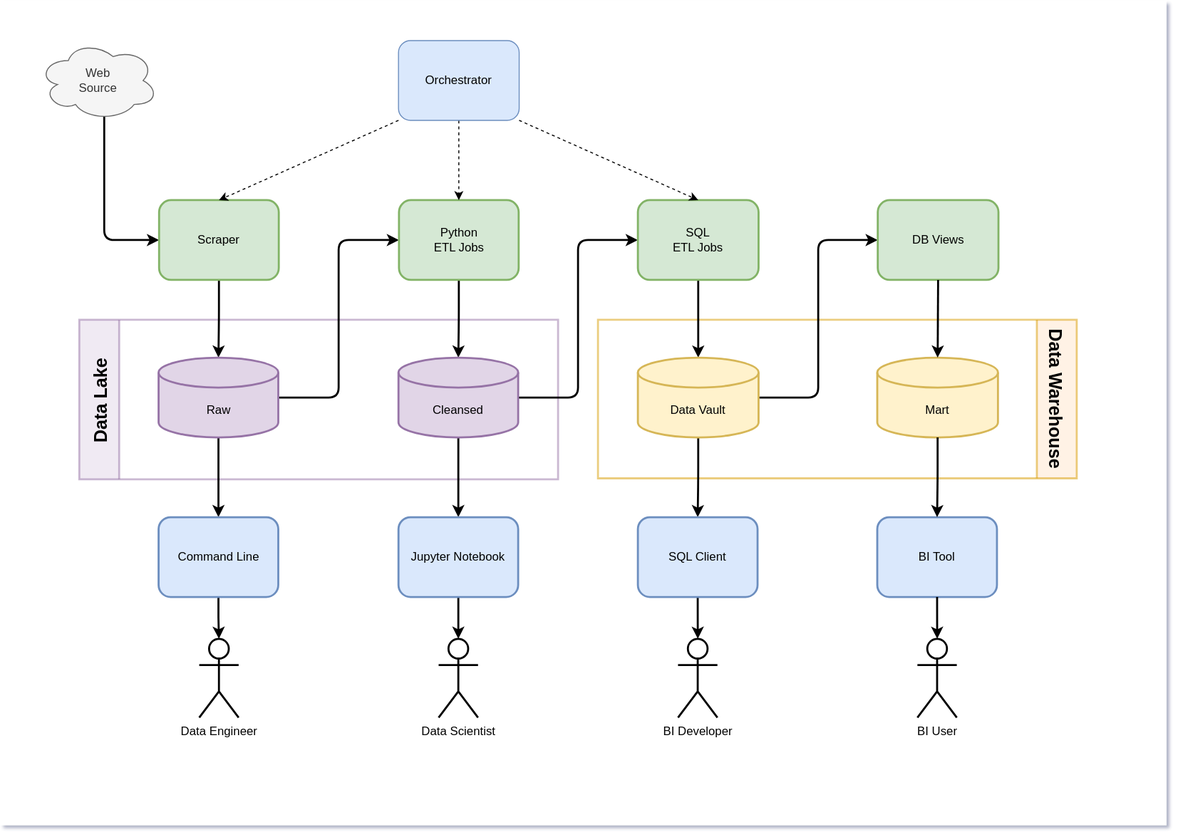
Before: docs/job-market-analytics/slides/dist/images/architecture-overview.drawio.svg, a diagram exported from draw.io (petracarrion/petra.carrion.io). Source tidied: cells renumbered, new cells last; positions are measured from the earlier drawing's top-left corner, leaving out a move shared by most shapes.
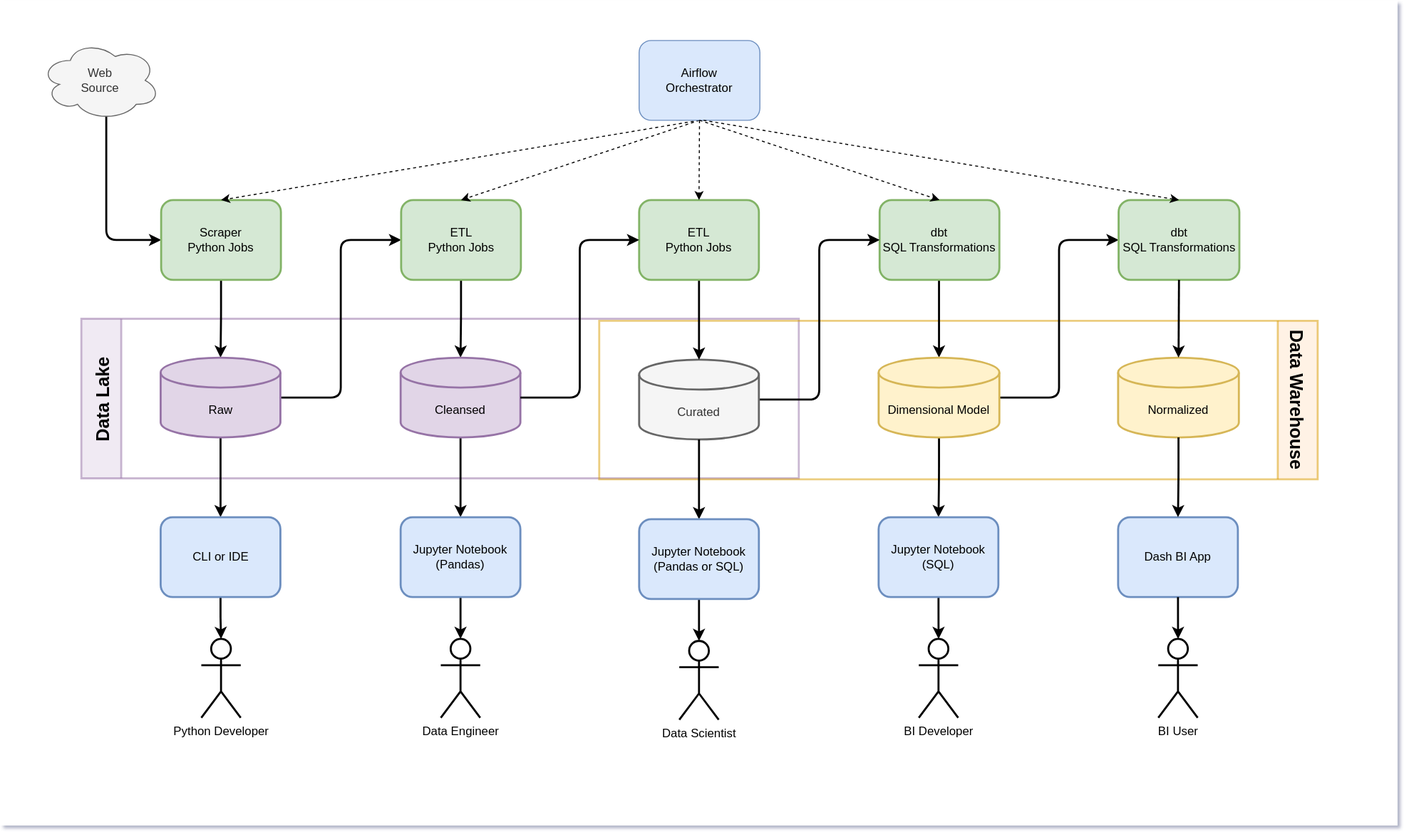
The same diagram one commit later.

What changed in the source:
```diff
@@ -3,30 +3,30 @@
     <mxCell id="0" />
     <mxCell id="1" parent="0" />
     <mxCell id="2" style="rounded=0;whiteSpace=wrap;html=1;strokeColor=none;" parent="1" vertex="1">
-      <mxGeometry width="1169" height="827" as="geometry" />
+      <mxGeometry x="-120" width="1400" height="827" as="geometry" />
     </mxCell>
     <mxCell id="3" value="Overview" parent="0" />
     <mxCell id="4" value="Data Lake" style="swimlane;horizontal=0;fontSize=18;startSize=40;fillColor=#e1d5e7;strokeColor=#9673a6;strokeWidth=2;opacity=50;" parent="3" vertex="1">
-      <mxGeometry x="79" y="320" width="480" height="160" as="geometry" />
+      <mxGeometry x="-39" y="319" width="719" height="160" as="geometry" />
     </mxCell>
     <mxCell id="5" value="Data Warehouse" style="swimlane;horizontal=0;fontSize=18;startSize=40;fillColor=#ffe6cc;strokeColor=#d79b00;rotation=-180;strokeWidth=2;opacity=50;" parent="3" vertex="1">
-      <mxGeometry x="599" y="320" width="480" height="159" as="geometry" />
+      <mxGeometry x="480" y="321" width="720" height="159" as="geometry" />
     </mxCell>
     <mxCell id="6" style="edgeStyle=orthogonalEdgeStyle;rounded=1;sketch=0;jumpStyle=arc;jettySize=auto;html=1;entryX=0;entryY=0.5;entryDx=0;entryDy=0;shadow=0;fontSize=18;fontColor=#E6E6E6;strokeWidth=2;exitX=0.55;exitY=0.95;exitDx=0;exitDy=0;exitPerimeter=0;" parent="3" edge="1" source="7" target="9">
       <mxGeometry relative="1" as="geometry">
         <Array as="points">
-          <mxPoint x="104" y="240" />
+          <mxPoint x="-14" y="240" />
         </Array>
       </mxGeometry>
     </mxCell>
     <mxCell id="7" value="Web&lt;br&gt;Source" style="ellipse;shape=cloud;whiteSpace=wrap;html=1;fillColor=#f5f5f5;strokeColor=#666666;fontColor=#333333;" parent="3" vertex="1">
-      <mxGeometry x="38" y="40" width="120" height="80" as="geometry" />
+      <mxGeometry x="-80" y="40" width="120" height="80" as="geometry" />
     </mxCell>
     <mxCell id="8" style="edgeStyle=orthogonalEdgeStyle;rounded=1;jettySize=auto;html=1;strokeWidth=2;" parent="3" edge="1" source="9" target="12">
       <mxGeometry relative="1" as="geometry" />
     </mxCell>
-    <mxCell id="9" value="Scraper" style="rounded=1;whiteSpace=wrap;html=1;fillColor=#d5e8d4;strokeColor=#82b366;strokeWidth=2;perimeterSpacing=0;" parent="3" vertex="1">
-      <mxGeometry x="159" y="200" width="120" height="80" as="geometry" />
+    <mxCell id="9" value="Scraper&lt;br&gt;Python Jobs" style="rounded=1;whiteSpace=wrap;html=1;fillColor=#d5e8d4;strokeColor=#82b366;strokeWidth=2;perimeterSpacing=0;" parent="3" vertex="1">
+      <mxGeometry x="41" y="200" width="120" height="80" as="geometry" />
     </mxCell>
     <mxCell id="10" style="edgeStyle=orthogonalEdgeStyle;rounded=1;jettySize=auto;html=1;entryX=0;entryY=0.5;entryDx=0;entryDy=0;strokeWidth=2;" parent="3" edge="1" source="12" target="14">
       <mxGeometry relative="1" as="geometry" />
@@ -35,97 +35,133 @@
       <mxGeometry relative="1" as="geometry" />
     </mxCell>
     <mxCell id="12" value="Raw" style="shape=cylinder3;whiteSpace=wrap;html=1;boundedLbl=1;backgroundOutline=1;size=15;fillColor=#e1d5e7;strokeColor=#9673a6;strokeWidth=2;perimeterSpacing=0;" parent="3" vertex="1">
-      <mxGeometry x="158.5" y="358" width="120" height="80" as="geometry" />
+      <mxGeometry x="40.5" y="358" width="120" height="80" as="geometry" />
     </mxCell>
-    <mxCell id="13" style="edgeStyle=orthogonalEdgeStyle;rounded=1;jettySize=auto;html=1;strokeWidth=2;" parent="3" edge="1" source="14" target="17">
+    <mxCell id="13" style="edgeStyle=orthogonalEdgeStyle;rounded=1;jettySize=auto;html=1;strokeWidth=2;entryX=0.5;entryY=0;entryDx=0;entryDy=0;entryPerimeter=0;exitX=0.5;exitY=1;exitDx=0;exitDy=0;" parent="3" edge="1" source="14" target="17">
       <mxGeometry relative="1" as="geometry" />
     </mxCell>
-    <mxCell id="14" value="Python&lt;br&gt;ETL Jobs" style="rounded=1;whiteSpace=wrap;html=1;fillColor=#d5e8d4;strokeColor=#82b366;strokeWidth=2;perimeterSpacing=0;" parent="3" vertex="1">
-      <mxGeometry x="399.5" y="200" width="120" height="80" as="geometry" />
+    <mxCell id="14" value="ETL&lt;br&gt;Python Jobs" style="rounded=1;whiteSpace=wrap;html=1;fillColor=#d5e8d4;strokeColor=#82b366;strokeWidth=2;perimeterSpacing=0;" parent="3" vertex="1">
+      <mxGeometry x="281.5" y="200" width="120" height="80" as="geometry" />
     </mxCell>
-    <mxCell id="15" style="edgeStyle=orthogonalEdgeStyle;rounded=1;jettySize=auto;html=1;entryX=0;entryY=0.5;entryDx=0;entryDy=0;strokeWidth=2;" parent="3" edge="1" source="17" target="19">
-      <mxGeometry relative="1" as="geometry" />
-    </mxCell>
     <mxCell id="16" style="edgeStyle=orthogonalEdgeStyle;rounded=1;jettySize=auto;html=1;entryX=0.5;entryY=0;entryDx=0;entryDy=0;fontSize=48;strokeWidth=2;" parent="3" edge="1" source="17" target="27">
       <mxGeometry relative="1" as="geometry" />
     </mxCell>
     <mxCell id="17" value="Cleansed" style="shape=cylinder3;whiteSpace=wrap;html=1;boundedLbl=1;backgroundOutline=1;size=15;fillColor=#e1d5e7;strokeColor=#9673a6;strokeWidth=2;perimeterSpacing=0;" parent="3" vertex="1">
-      <mxGeometry x="399" y="358" width="120" height="80" as="geometry" />
+      <mxGeometry x="281" y="358" width="120" height="80" as="geometry" />
     </mxCell>
-    <mxCell id="18" style="edgeStyle=orthogonalEdgeStyle;rounded=1;jettySize=auto;html=1;entryX=0.5;entryY=0;entryDx=0;entryDy=0;entryPerimeter=0;strokeWidth=2;jumpStyle=arc;shadow=0;sketch=0;" parent="3" edge="1" source="19" target="22">
-      <mxGeometry relative="1" as="geometry" />
+    <mxCell id="18" style="edgeStyle=orthogonalEdgeStyle;rounded=1;jettySize=auto;html=1;entryX=0.5;entryY=0;entryDx=0;entryDy=0;entryPerimeter=0;strokeWidth=2;jumpStyle=arc;shadow=0;sketch=0;" parent="3" edge="1" target="22">
+      <mxGeometry relative="1" as="geometry">
+        <mxPoint x="820.5" y="280" as="sourcePoint" />
+      </mxGeometry>
     </mxCell>
-    <mxCell id="19" value="SQL&lt;br&gt;ETL Jobs" style="rounded=1;whiteSpace=wrap;html=1;fillColor=#d5e8d4;strokeColor=#82b366;strokeWidth=2;perimeterSpacing=0;" parent="3" vertex="1">
-      <mxGeometry x="639" y="200" width="121" height="80" as="geometry" />
-    </mxCell>
     <mxCell id="20" style="edgeStyle=orthogonalEdgeStyle;rounded=1;jettySize=auto;html=1;strokeWidth=2;" parent="3" edge="1" source="22" target="24">
       <mxGeometry relative="1" as="geometry" />
     </mxCell>
     <mxCell id="21" style="edgeStyle=orthogonalEdgeStyle;rounded=1;sketch=0;jumpStyle=arc;jettySize=auto;html=1;entryX=0;entryY=0.5;entryDx=0;entryDy=0;shadow=0;fontSize=18;fontColor=#E6E6E6;strokeWidth=2;" parent="3" edge="1" source="22" target="32">
       <mxGeometry relative="1" as="geometry" />
     </mxCell>
-    <mxCell id="22" value="Data Vault" style="shape=cylinder3;whiteSpace=wrap;html=1;boundedLbl=1;backgroundOutline=1;size=15;fillColor=#fff2cc;strokeColor=#d6b656;strokeWidth=2;perimeterSpacing=0;" parent="3" vertex="1">
-      <mxGeometry x="639" y="358" width="121" height="80" as="geometry" />
+    <mxCell id="22" value="Dimensional Model" style="shape=cylinder3;whiteSpace=wrap;html=1;boundedLbl=1;backgroundOutline=1;size=15;fillColor=#fff2cc;strokeColor=#d6b656;strokeWidth=2;perimeterSpacing=0;" parent="3" vertex="1">
+      <mxGeometry x="760" y="358" width="121" height="80" as="geometry" />
     </mxCell>
     <mxCell id="23" style="edgeStyle=orthogonalEdgeStyle;rounded=1;jettySize=auto;html=1;strokeWidth=2;" parent="3" edge="1" source="24" target="25">
       <mxGeometry relative="1" as="geometry" />
     </mxCell>
-    <mxCell id="24" value="SQL Client" style="rounded=1;whiteSpace=wrap;html=1;fillColor=#dae8fc;strokeColor=#6c8ebf;strokeWidth=2;" parent="3" vertex="1">
-      <mxGeometry x="639" y="518" width="120" height="80" as="geometry" />
+    <mxCell id="24" value="Jupyter Notebook&lt;br&gt;(SQL)" style="rounded=1;whiteSpace=wrap;html=1;fillColor=#dae8fc;strokeColor=#6c8ebf;strokeWidth=2;" parent="3" vertex="1">
+      <mxGeometry x="760" y="518" width="120" height="80" as="geometry" />
     </mxCell>
     <mxCell id="25" value="BI Developer" style="shape=umlActor;verticalLabelPosition=bottom;verticalAlign=top;html=1;outlineConnect=0;strokeWidth=2;" parent="3" vertex="1">
-      <mxGeometry x="679.2" y="640" width="39.5" height="79" as="geometry" />
+      <mxGeometry x="800.2" y="640" width="39.5" height="79" as="geometry" />
     </mxCell>
     <mxCell id="26" style="edgeStyle=orthogonalEdgeStyle;rounded=1;jettySize=auto;html=1;entryX=0.5;entryY=0;entryDx=0;entryDy=0;entryPerimeter=0;fontSize=48;strokeWidth=2;" parent="3" edge="1" source="27" target="28">
       <mxGeometry relative="1" as="geometry" />
     </mxCell>
-    <mxCell id="27" value="Jupyter Notebook" style="rounded=1;whiteSpace=wrap;html=1;fillColor=#dae8fc;strokeColor=#6c8ebf;strokeWidth=2;" parent="3" vertex="1">
-      <mxGeometry x="399" y="518" width="120" height="80" as="geometry" />
+    <mxCell id="27" value="Jupyter Notebook&lt;br&gt;(Pandas)" style="rounded=1;whiteSpace=wrap;html=1;fillColor=#dae8fc;strokeColor=#6c8ebf;strokeWidth=2;" parent="3" vertex="1">
+      <mxGeometry x="281" y="518" width="120" height="80" as="geometry" />
     </mxCell>
-    <mxCell id="28" value="Data Scientist" style="shape=umlActor;verticalLabelPosition=bottom;verticalAlign=top;html=1;outlineConnect=0;strokeWidth=2;" parent="3" vertex="1">
-      <mxGeometry x="439.2" y="640" width="39.5" height="79" as="geometry" />
+    <mxCell id="28" value="Data Engineer" style="shape=umlActor;verticalLabelPosition=bottom;verticalAlign=top;html=1;outlineConnect=0;strokeWidth=2;" parent="3" vertex="1">
+      <mxGeometry x="321.2" y="640" width="39.5" height="79" as="geometry" />
     </mxCell>
     <mxCell id="29" style="edgeStyle=orthogonalEdgeStyle;rounded=0;jettySize=auto;html=1;entryX=0.5;entryY=0;entryDx=0;entryDy=0;entryPerimeter=0;strokeWidth=2;sourcePerimeterSpacing=0;" parent="3" edge="1" source="30" target="31">
       <mxGeometry relative="1" as="geometry" />
     </mxCell>
-    <mxCell id="30" value="Command Line" style="rounded=1;whiteSpace=wrap;html=1;fillColor=#dae8fc;strokeColor=#6c8ebf;strokeWidth=2;" parent="3" vertex="1">
-      <mxGeometry x="158.5" y="518" width="120" height="80" as="geometry" />
+    <mxCell id="30" value="CLI or IDE" style="rounded=1;whiteSpace=wrap;html=1;fillColor=#dae8fc;strokeColor=#6c8ebf;strokeWidth=2;" parent="3" vertex="1">
+      <mxGeometry x="40.5" y="518" width="120" height="80" as="geometry" />
     </mxCell>
-    <mxCell id="31" value="Data Engineer" style="shape=umlActor;verticalLabelPosition=bottom;verticalAlign=top;html=1;outlineConnect=0;strokeWidth=2;" parent="3" vertex="1">
-      <mxGeometry x="199.2" y="640" width="39.5" height="79" as="geometry" />
+    <mxCell id="31" value="Python Developer" style="shape=umlActor;verticalLabelPosition=bottom;verticalAlign=top;html=1;outlineConnect=0;strokeWidth=2;" parent="3" vertex="1">
+      <mxGeometry x="81.2" y="640" width="39.5" height="79" as="geometry" />
     </mxCell>
-    <mxCell id="32" value="DB Views" style="rounded=1;whiteSpace=wrap;html=1;fillColor=#d5e8d4;strokeColor=#82b366;strokeWidth=2;perimeterSpacing=0;" parent="3" vertex="1">
-      <mxGeometry x="879.5" y="200" width="121" height="80" as="geometry" />
+    <mxCell id="32" value="dbt&lt;br&gt;SQL Transformations" style="rounded=1;whiteSpace=wrap;html=1;fillColor=#d5e8d4;strokeColor=#82b366;strokeWidth=2;perimeterSpacing=0;" parent="3" vertex="1">
+      <mxGeometry x="1000.5" y="200" width="121" height="80" as="geometry" />
     </mxCell>
-    <mxCell id="33" value="Mart" style="shape=cylinder3;whiteSpace=wrap;html=1;boundedLbl=1;backgroundOutline=1;size=15;fillColor=#fff2cc;strokeColor=#d6b656;strokeWidth=2;perimeterSpacing=0;" parent="3" vertex="1">
-      <mxGeometry x="879" y="358" width="121" height="80" as="geometry" />
+    <mxCell id="33" value="Normalized" style="shape=cylinder3;whiteSpace=wrap;html=1;boundedLbl=1;backgroundOutline=1;size=15;fillColor=#fff2cc;strokeColor=#d6b656;strokeWidth=2;perimeterSpacing=0;" parent="3" vertex="1">
+      <mxGeometry x="1000" y="358" width="121" height="80" as="geometry" />
     </mxCell>
     <mxCell id="34" style="edgeStyle=orthogonalEdgeStyle;rounded=1;jettySize=auto;html=1;entryX=0.5;entryY=0;entryDx=0;entryDy=0;entryPerimeter=0;strokeWidth=2;jumpStyle=arc;shadow=0;sketch=0;" parent="3" edge="1" source="32" target="33">
       <mxGeometry relative="1" as="geometry" />
     </mxCell>
-    <mxCell id="35" value="BI Tool" style="rounded=1;whiteSpace=wrap;html=1;fillColor=#dae8fc;strokeColor=#6c8ebf;strokeWidth=2;" parent="3" vertex="1">
-      <mxGeometry x="879" y="518" width="120" height="80" as="geometry" />
+    <mxCell id="35" value="Dash BI App" style="rounded=1;whiteSpace=wrap;html=1;fillColor=#dae8fc;strokeColor=#6c8ebf;strokeWidth=2;" parent="3" vertex="1">
+      <mxGeometry x="1000" y="518" width="120" height="80" as="geometry" />
     </mxCell>
     <mxCell id="36" style="edgeStyle=orthogonalEdgeStyle;rounded=1;jettySize=auto;html=1;strokeWidth=2;" parent="3" edge="1" source="33" target="35">
       <mxGeometry relative="1" as="geometry" />
     </mxCell>
     <mxCell id="37" value="BI User" style="shape=umlActor;verticalLabelPosition=bottom;verticalAlign=top;html=1;outlineConnect=0;strokeWidth=2;" parent="3" vertex="1">
-      <mxGeometry x="919.2" y="640" width="39.5" height="79" as="geometry" />
+      <mxGeometry x="1040.2" y="640" width="39.5" height="79" as="geometry" />
     </mxCell>
     <mxCell id="38" style="edgeStyle=orthogonalEdgeStyle;rounded=1;jettySize=auto;html=1;strokeWidth=2;" parent="3" edge="1" source="35" target="37">
       <mxGeometry relative="1" as="geometry" />
     </mxCell>
-    <mxCell id="39" style="rounded=0;jettySize=auto;html=1;entryX=0.5;entryY=0;entryDx=0;entryDy=0;exitX=0;exitY=1;exitDx=0;exitDy=0;strokeWidth=1;dashed=1;endArrow=classic;endFill=1;" parent="3" edge="1" source="42" target="9">
+    <mxCell id="39" style="rounded=0;jettySize=auto;html=1;entryX=0.5;entryY=0;entryDx=0;entryDy=0;exitX=0.5;exitY=1;exitDx=0;exitDy=0;strokeWidth=1;dashed=1;endArrow=classic;endFill=1;" parent="3" edge="1" source="42" target="9">
       <mxGeometry relative="1" as="geometry" />
     </mxCell>
     <mxCell id="40" style="edgeStyle=none;rounded=0;jettySize=auto;html=1;entryX=0.5;entryY=0;entryDx=0;entryDy=0;exitX=0.5;exitY=1;exitDx=0;exitDy=0;dashed=1;" parent="3" edge="1" source="42" target="14">
       <mxGeometry relative="1" as="geometry" />
     </mxCell>
-    <mxCell id="41" style="edgeStyle=none;rounded=0;jettySize=auto;html=1;entryX=0.5;entryY=0;entryDx=0;entryDy=0;exitX=1;exitY=1;exitDx=0;exitDy=0;dashed=1;" parent="3" edge="1" source="42" target="19">
-      <mxGeometry relative="1" as="geometry" />
-    </mxCell>
-    <mxCell id="42" value="Orchestrator" style="rounded=1;whiteSpace=wrap;html=1;fillColor=#dae8fc;strokeColor=#6c8ebf;" parent="3" vertex="1">
-      <mxGeometry x="399" y="40" width="121" height="80" as="geometry" />
+    <mxCell id="42" value="Airflow&lt;br&gt;Orchestrator" style="rounded=1;whiteSpace=wrap;html=1;fillColor=#dae8fc;strokeColor=#6c8ebf;" parent="3" vertex="1">
+      <mxGeometry x="520" y="40" width="121" height="80" as="geometry" />
     </mxCell>
+    <mxCell id="43" value="dbt&lt;br&gt;SQL Transformations" style="rounded=1;whiteSpace=wrap;html=1;fillColor=#d5e8d4;strokeColor=#82b366;strokeWidth=2;perimeterSpacing=0;" parent="3" vertex="1">
+      <mxGeometry x="761" y="200" width="120" height="80" as="geometry" />
+    </mxCell>
+    <mxCell id="44" style="edgeStyle=none;rounded=0;jettySize=auto;html=1;entryX=0.5;entryY=0;entryDx=0;entryDy=0;exitX=0.5;exitY=1;exitDx=0;exitDy=0;dashed=1;" parent="3" edge="1" source="42" target="43">
+      <mxGeometry relative="1" as="geometry" />
+    </mxCell>
+    <mxCell id="45" style="edgeStyle=none;rounded=0;jettySize=auto;html=1;exitX=0.5;exitY=1;exitDx=0;exitDy=0;dashed=1;entryX=0.5;entryY=0;entryDx=0;entryDy=0;" parent="3" edge="1" target="32">
+      <mxGeometry relative="1" as="geometry">
+        <mxPoint x="584.5" y="120" as="sourcePoint" />
+      </mxGeometry>
+    </mxCell>
+    <mxCell id="46" style="edgeStyle=orthogonalEdgeStyle;rounded=1;jettySize=auto;html=1;entryX=0;entryY=0.5;entryDx=0;entryDy=0;strokeWidth=2;jumpStyle=arc;" parent="3" edge="1" source="47" target="43">
+      <mxGeometry relative="1" as="geometry" />
+    </mxCell>
+    <mxCell id="47" value="Curated" style="shape=cylinder3;whiteSpace=wrap;html=1;boundedLbl=1;backgroundOutline=1;size=15;fillColor=#f5f5f5;strokeColor=#666666;strokeWidth=2;perimeterSpacing=0;fontColor=#333333;" parent="3" vertex="1">
+      <mxGeometry x="520" y="360" width="120" height="80" as="geometry" />
+    </mxCell>
+    <mxCell id="48" style="edgeStyle=orthogonalEdgeStyle;rounded=0;jettySize=auto;html=1;strokeWidth=2;" parent="3" edge="1" source="49" target="47">
+      <mxGeometry relative="1" as="geometry" />
+    </mxCell>
+    <mxCell id="49" value="ETL&lt;br&gt;Python Jobs" style="rounded=1;whiteSpace=wrap;html=1;fillColor=#d5e8d4;strokeColor=#82b366;strokeWidth=2;perimeterSpacing=0;" parent="3" vertex="1">
+      <mxGeometry x="520" y="200" width="120" height="80" as="geometry" />
+    </mxCell>
+    <mxCell id="50" style="edgeStyle=orthogonalEdgeStyle;rounded=1;jettySize=auto;html=1;entryX=0;entryY=0.5;entryDx=0;entryDy=0;strokeWidth=2;exitX=1;exitY=0.5;exitDx=0;exitDy=0;exitPerimeter=0;" parent="3" edge="1" source="17" target="49">
+      <mxGeometry relative="1" as="geometry" />
+    </mxCell>
+    <mxCell id="51" style="edgeStyle=orthogonalEdgeStyle;rounded=1;jettySize=auto;html=1;entryX=0.5;entryY=0;entryDx=0;entryDy=0;fontSize=48;strokeWidth=2;" parent="3" edge="1" target="53">
+      <mxGeometry relative="1" as="geometry">
+        <mxPoint x="580" y="440" as="sourcePoint" />
+      </mxGeometry>
+    </mxCell>
+    <mxCell id="52" style="edgeStyle=orthogonalEdgeStyle;rounded=1;jettySize=auto;html=1;entryX=0.5;entryY=0;entryDx=0;entryDy=0;entryPerimeter=0;fontSize=48;strokeWidth=2;" parent="3" edge="1" source="53" target="54">
+      <mxGeometry relative="1" as="geometry" />
+    </mxCell>
+    <mxCell id="53" value="Jupyter Notebook&lt;br&gt;(Pandas or SQL)" style="rounded=1;whiteSpace=wrap;html=1;fillColor=#dae8fc;strokeColor=#6c8ebf;strokeWidth=2;" parent="3" vertex="1">
+      <mxGeometry x="520" y="520" width="120" height="80" as="geometry" />
+    </mxCell>
+    <mxCell id="54" value="Data Scientist" style="shape=umlActor;verticalLabelPosition=bottom;verticalAlign=top;html=1;outlineConnect=0;strokeWidth=2;" parent="3" vertex="1">
+      <mxGeometry x="560.2" y="642" width="39.5" height="79" as="geometry" />
+    </mxCell>
+    <mxCell id="55" style="edgeStyle=none;rounded=0;jettySize=auto;html=1;entryX=0.5;entryY=0;entryDx=0;entryDy=0;exitX=0.5;exitY=1;exitDx=0;exitDy=0;dashed=1;" parent="3" edge="1" source="42" target="49">
+      <mxGeometry relative="1" as="geometry" />
+    </mxCell>
   </root>
 </mxGraphModel>
```
